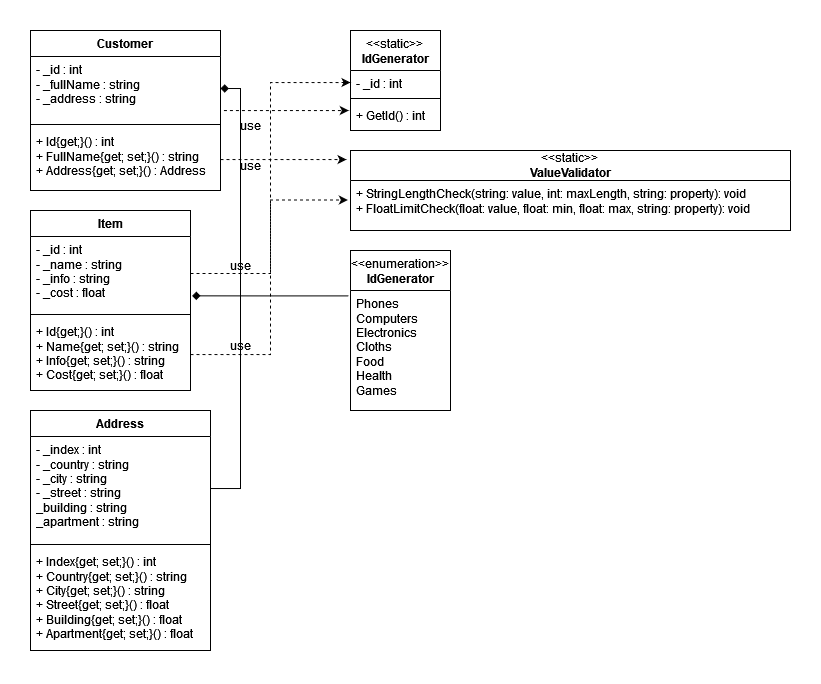
antoniocra04/oop-winform keeps this draw.io diagram as oop-winform/Diagram.drawio.png. Above is the earlier version. Source tidied: cells renumbered, new cells last; positions are measured from the earlier drawing's top-left corner, leaving out a move shared by most shapes.
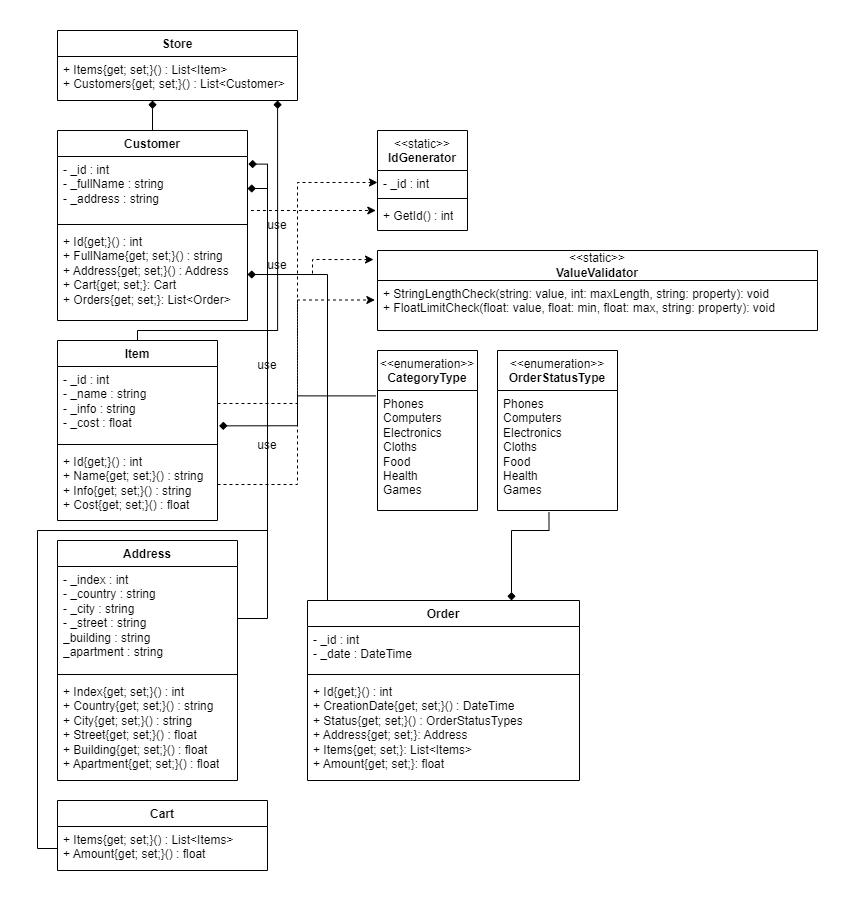
After the commit.

Commit message:
feature: add diagram and ordertab

What changed in the source:
```diff
@@ -3,7 +3,7 @@
     <mxCell id="0" />
     <mxCell id="1" parent="0" />
     <mxCell id="2" value="Customer" style="swimlane;fontStyle=1;align=center;verticalAlign=top;horizontal=1;startSize=26;whiteSpace=wrap;html=1;" parent="1" vertex="1">
-      <mxGeometry width="190" height="160" as="geometry" />
+      <mxGeometry width="190" height="190" as="geometry" />
     </mxCell>
     <mxCell id="3" value="- _id : int&lt;br&gt;- _fullName : string&lt;br&gt;- _address : string" style="text;strokeColor=none;fillColor=none;align=left;verticalAlign=top;spacingLeft=4;spacingRight=4;overflow=hidden;points=[[0,0.5],[1,0.5]];portConstraint=eastwest;whiteSpace=wrap;html=1;" parent="2" vertex="1">
       <mxGeometry y="26" width="190" height="64" as="geometry" />
@@ -11,11 +11,19 @@
     <mxCell id="4" style="line;strokeWidth=1;fillColor=none;align=left;verticalAlign=middle;spacingTop=-1;spacingLeft=3;spacingRight=3;labelPosition=right;strokeColor=inherit;" parent="2" vertex="1">
       <mxGeometry y="90" width="190" height="8" as="geometry" />
     </mxCell>
-    <mxCell id="5" value="+ Id{get;}() : int&lt;br&gt;+ FullName{get; set;}() : string&lt;br&gt;+ Address{get; set;}() : Address" style="text;strokeColor=none;fillColor=none;align=left;verticalAlign=top;spacingLeft=4;spacingRight=4;overflow=hidden;points=[[0,0.5],[1,0.5]];portConstraint=eastwest;whiteSpace=wrap;html=1;" parent="2" vertex="1">
-      <mxGeometry y="98" width="190" height="62" as="geometry" />
+    <mxCell id="5" value="+ Id{get;}() : int&lt;br&gt;+ FullName{get; set;}() : string&lt;br&gt;+ Address{get; set;}() : Address&lt;div&gt;+ Cart{get; set;}: Cart&lt;/div&gt;&lt;div&gt;+ Orders{get; set;}: List&amp;lt;Order&amp;gt;&lt;/div&gt;" style="text;strokeColor=none;fillColor=none;align=left;verticalAlign=top;spacingLeft=4;spacingRight=4;overflow=hidden;points=[[0,0.5],[1,0.5]];portConstraint=eastwest;whiteSpace=wrap;html=1;" parent="2" vertex="1">
+      <mxGeometry y="98" width="190" height="92" as="geometry" />
     </mxCell>
+    <mxCell id="32" style="edgeStyle=orthogonalEdgeStyle;rounded=0;jettySize=auto;html=1;entryX=0.917;entryY=1;entryDx=0;entryDy=0;entryPerimeter=0;endArrow=diamond;endFill=1;" parent="1" edge="1" source="6" target="34">
+      <mxGeometry relative="1" as="geometry">
+        <Array as="points">
+          <mxPoint x="80" y="200" />
+          <mxPoint x="220" y="200" />
+        </Array>
+      </mxGeometry>
+    </mxCell>
     <mxCell id="6" value="Item" style="swimlane;fontStyle=1;align=center;verticalAlign=top;horizontal=1;startSize=26;whiteSpace=wrap;html=1;" parent="1" vertex="1">
-      <mxGeometry y="180" width="160" height="180" as="geometry" />
+      <mxGeometry y="210" width="160" height="180" as="geometry" />
     </mxCell>
     <mxCell id="7" value="- _id : int&lt;br&gt;- _name : string&lt;br&gt;- _info : string&lt;br&gt;- _cost : float" style="text;strokeColor=none;fillColor=none;align=left;verticalAlign=top;spacingLeft=4;spacingRight=4;overflow=hidden;points=[[0,0.5],[1,0.5]];portConstraint=eastwest;whiteSpace=wrap;html=1;" parent="6" vertex="1">
       <mxGeometry y="26" width="160" height="74" as="geometry" />
@@ -69,7 +77,7 @@
       <mxGeometry x="190" y="120" width="60" height="30" as="geometry" />
     </mxCell>
     <mxCell id="24" value="Address" style="swimlane;fontStyle=1;align=center;verticalAlign=top;horizontal=1;startSize=26;whiteSpace=wrap;html=1;" parent="1" vertex="1">
-      <mxGeometry y="380" width="180" height="240" as="geometry" />
+      <mxGeometry y="410" width="180" height="240" as="geometry" />
     </mxCell>
     <mxCell id="25" value="- _index : int&lt;br&gt;- _country : string&lt;br&gt;- _city : string&lt;br&gt;&lt;div&gt;- _street : string&lt;br&gt;&lt;/div&gt;&lt;div&gt;_building : string&lt;/div&gt;&lt;div&gt;_apartment : string&lt;br&gt;&lt;/div&gt;" style="text;strokeColor=none;fillColor=none;align=left;verticalAlign=top;spacingLeft=4;spacingRight=4;overflow=hidden;points=[[0,0.5],[1,0.5]];portConstraint=eastwest;whiteSpace=wrap;html=1;" parent="24" vertex="1">
       <mxGeometry y="26" width="180" height="104" as="geometry" />
@@ -83,7 +91,7 @@
     <mxCell id="28" style="edgeStyle=orthogonalEdgeStyle;rounded=0;jettySize=auto;html=1;entryX=1;entryY=0.5;entryDx=0;entryDy=0;endArrow=diamond;endFill=1;" parent="1" edge="1" source="25" target="3">
       <mxGeometry relative="1" as="geometry" />
     </mxCell>
-    <mxCell id="29" value="&lt;span style=&quot;font-weight: normal;&quot;&gt;&amp;lt;&amp;lt;enumeration&amp;gt;&amp;gt;&lt;/span&gt;&lt;br&gt;IdGenerator" style="swimlane;fontStyle=1;align=center;verticalAlign=top;horizontal=1;startSize=40;whiteSpace=wrap;html=1;" parent="1" vertex="1">
+    <mxCell id="29" value="&lt;span style=&quot;font-weight: normal;&quot;&gt;&amp;lt;&amp;lt;enumeration&amp;gt;&amp;gt;&lt;/span&gt;&lt;br&gt;CategoryType" style="swimlane;fontStyle=1;align=center;verticalAlign=top;horizontal=1;startSize=40;whiteSpace=wrap;html=1;" parent="1" vertex="1">
       <mxGeometry x="320" y="220" width="100" height="160" as="geometry" />
     </mxCell>
     <mxCell id="30" value="&lt;div&gt;Phones&lt;/div&gt;&lt;div&gt;Computers&lt;/div&gt;&lt;div&gt;Electronics&lt;/div&gt;&lt;div&gt;Cloths&lt;/div&gt;&lt;div&gt;Food&lt;/div&gt;&lt;div&gt;Health&lt;/div&gt;&lt;div&gt;Games&lt;br&gt;&lt;/div&gt;" style="text;strokeColor=none;fillColor=none;align=left;verticalAlign=top;spacingLeft=4;spacingRight=4;overflow=hidden;points=[[0,0.5],[1,0.5]];portConstraint=eastwest;whiteSpace=wrap;html=1;" parent="29" vertex="1">
@@ -92,5 +100,63 @@
     <mxCell id="31" style="edgeStyle=orthogonalEdgeStyle;rounded=0;jettySize=auto;html=1;entryX=1.01;entryY=0.802;entryDx=0;entryDy=0;entryPerimeter=0;exitX=-0.018;exitY=0.045;exitDx=0;exitDy=0;exitPerimeter=0;endArrow=diamond;endFill=1;" parent="1" edge="1" source="30" target="7">
       <mxGeometry relative="1" as="geometry" />
     </mxCell>
+    <mxCell id="33" value="Store" style="swimlane;fontStyle=1;align=center;verticalAlign=top;horizontal=1;startSize=26;whiteSpace=wrap;html=1;" parent="1" vertex="1">
+      <mxGeometry y="-100" width="240" height="70" as="geometry" />
+    </mxCell>
+    <mxCell id="34" value="+ Items{get; set;}() : List&amp;lt;Item&amp;gt;&lt;br&gt;+ Customers{get; set;}() : List&amp;lt;Customer&amp;gt;" style="text;strokeColor=none;fillColor=none;align=left;verticalAlign=top;spacingLeft=4;spacingRight=4;overflow=hidden;points=[[0,0.5],[1,0.5]];portConstraint=eastwest;whiteSpace=wrap;html=1;" parent="33" vertex="1">
+      <mxGeometry y="26" width="240" height="44" as="geometry" />
+    </mxCell>
+    <mxCell id="35" style="edgeStyle=orthogonalEdgeStyle;rounded=0;jettySize=auto;html=1;entryX=0.396;entryY=1;entryDx=0;entryDy=0;entryPerimeter=0;endArrow=diamond;endFill=1;" parent="1" edge="1" source="2" target="34">
+      <mxGeometry relative="1" as="geometry" />
+    </mxCell>
+    <mxCell id="36" value="&lt;span style=&quot;font-weight: normal;&quot;&gt;&amp;lt;&amp;lt;enumeration&amp;gt;&amp;gt;&lt;/span&gt;&lt;br&gt;OrderStatusType" style="swimlane;fontStyle=1;align=center;verticalAlign=top;horizontal=1;startSize=40;whiteSpace=wrap;html=1;" parent="1" vertex="1">
+      <mxGeometry x="440" y="220" width="120" height="160" as="geometry" />
+    </mxCell>
+    <mxCell id="37" value="&lt;div&gt;Phones&lt;/div&gt;&lt;div&gt;Computers&lt;/div&gt;&lt;div&gt;Electronics&lt;/div&gt;&lt;div&gt;Cloths&lt;/div&gt;&lt;div&gt;Food&lt;/div&gt;&lt;div&gt;Health&lt;/div&gt;&lt;div&gt;Games&lt;br&gt;&lt;/div&gt;" style="text;strokeColor=none;fillColor=none;align=left;verticalAlign=top;spacingLeft=4;spacingRight=4;overflow=hidden;points=[[0,0.5],[1,0.5]];portConstraint=eastwest;whiteSpace=wrap;html=1;" parent="36" vertex="1">
+      <mxGeometry y="40" width="120" height="120" as="geometry" />
+    </mxCell>
+    <mxCell id="38" value="Cart" style="swimlane;fontStyle=1;align=center;verticalAlign=top;horizontal=1;startSize=26;whiteSpace=wrap;html=1;" parent="1" vertex="1">
+      <mxGeometry y="670" width="210" height="70" as="geometry" />
+    </mxCell>
+    <mxCell id="39" value="+ Items{get; set;}() : List&amp;lt;Items&amp;gt;&lt;br&gt;+ Amount{get; set;}() : float" style="text;strokeColor=none;fillColor=none;align=left;verticalAlign=top;spacingLeft=4;spacingRight=4;overflow=hidden;points=[[0,0.5],[1,0.5]];portConstraint=eastwest;whiteSpace=wrap;html=1;" parent="38" vertex="1">
+      <mxGeometry y="26" width="210" height="44" as="geometry" />
+    </mxCell>
+    <mxCell id="40" style="edgeStyle=orthogonalEdgeStyle;rounded=0;jettySize=auto;html=1;entryX=1.005;entryY=0.118;entryDx=0;entryDy=0;entryPerimeter=0;endArrow=diamond;endFill=1;" parent="1" edge="1" source="39" target="3">
+      <mxGeometry relative="1" as="geometry">
+        <Array as="points">
+          <mxPoint x="-20" y="718" />
+          <mxPoint x="-20" y="400" />
+          <mxPoint x="210" y="400" />
+          <mxPoint x="210" y="34" />
+        </Array>
+      </mxGeometry>
+    </mxCell>
+    <mxCell id="41" style="edgeStyle=orthogonalEdgeStyle;rounded=0;jettySize=auto;html=1;endArrow=diamond;endFill=1;" parent="1" edge="1" source="42" target="5">
+      <mxGeometry relative="1" as="geometry">
+        <Array as="points">
+          <mxPoint x="270" y="144" />
+        </Array>
+      </mxGeometry>
+    </mxCell>
+    <mxCell id="42" value="Order" style="swimlane;fontStyle=1;align=center;verticalAlign=top;horizontal=1;startSize=26;whiteSpace=wrap;html=1;" parent="1" vertex="1">
+      <mxGeometry x="250" y="470" width="272" height="180" as="geometry" />
+    </mxCell>
+    <mxCell id="43" value="- _id : int&lt;br&gt;- _date : DateTime" style="text;strokeColor=none;fillColor=none;align=left;verticalAlign=top;spacingLeft=4;spacingRight=4;overflow=hidden;whiteSpace=wrap;html=1;" parent="42" vertex="1">
+      <mxGeometry y="26" width="272" height="44" as="geometry" />
+    </mxCell>
+    <mxCell id="44" style="line;strokeWidth=1;fillColor=none;align=left;verticalAlign=middle;spacingTop=-1;spacingLeft=3;spacingRight=3;labelPosition=right;strokeColor=inherit;" parent="42" vertex="1">
+      <mxGeometry y="70" width="272" height="8" as="geometry" />
+    </mxCell>
+    <mxCell id="45" value="+ Id{get;}() : int&lt;br&gt;+ CreationDate{get; set;}() : DateTime&lt;br&gt;+ Status{get; set;}() : OrderStatusTypes&lt;div&gt;+ Address{get; set;}: Address&lt;/div&gt;&lt;div&gt;+ Items{get; set;}: List&amp;lt;Items&amp;gt;&lt;/div&gt;&lt;div&gt;+ Amount{get; set;}: float&lt;/div&gt;" style="text;strokeColor=none;fillColor=none;align=left;verticalAlign=top;spacingLeft=4;spacingRight=4;overflow=hidden;whiteSpace=wrap;html=1;" parent="42" vertex="1">
+      <mxGeometry y="78" width="272" height="102" as="geometry" />
+    </mxCell>
+    <mxCell id="46" style="edgeStyle=orthogonalEdgeStyle;rounded=0;jettySize=auto;html=1;entryX=0.75;entryY=0;entryDx=0;entryDy=0;exitX=0.429;exitY=1.015;exitDx=0;exitDy=0;exitPerimeter=0;endArrow=diamond;endFill=1;" parent="1" edge="1" source="37" target="42">
+      <mxGeometry relative="1" as="geometry">
+        <Array as="points">
+          <mxPoint x="492" y="400" />
+          <mxPoint x="454" y="400" />
+        </Array>
+      </mxGeometry>
+    </mxCell>
   </root>
 </mxGraphModel>
```
